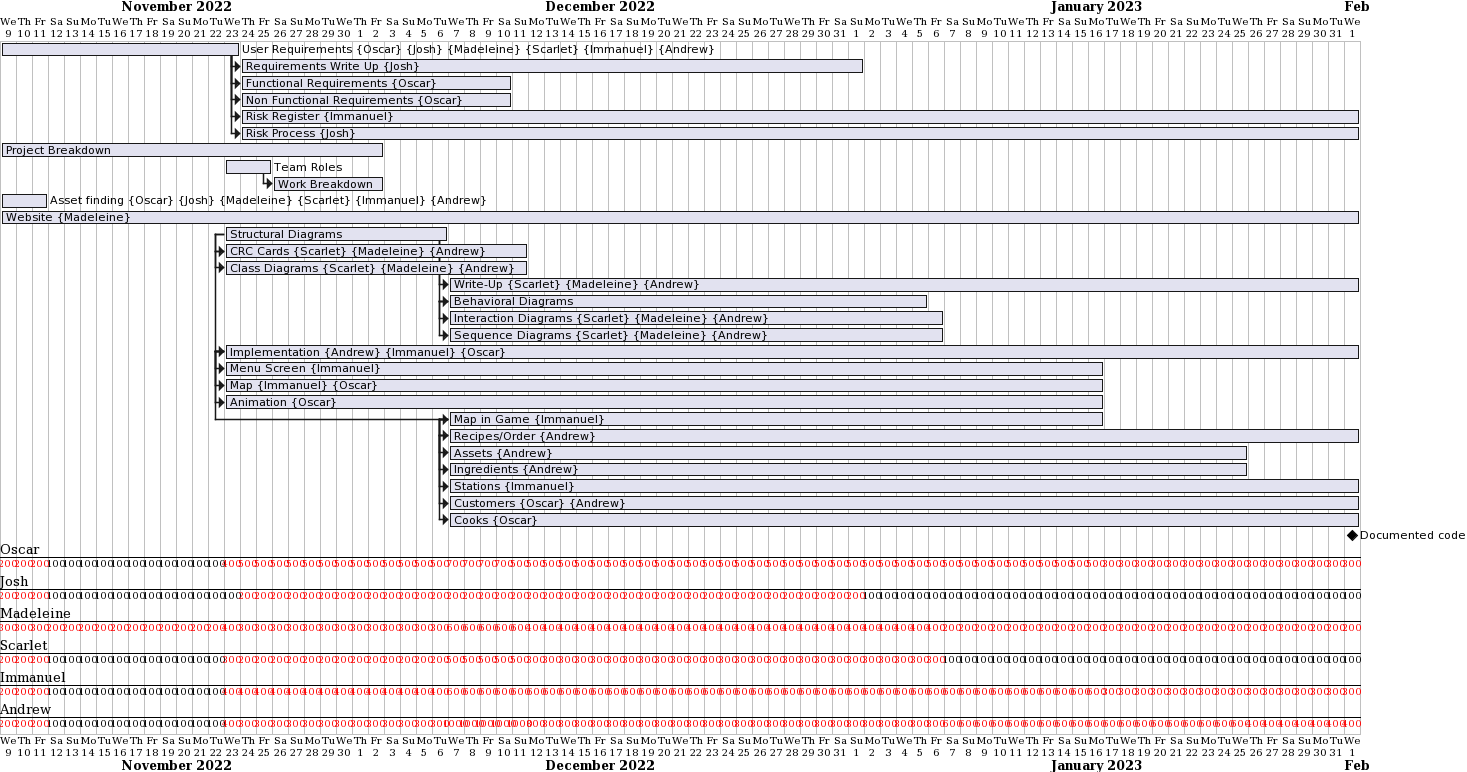
Above: img/plan4.png in TeamBEng1/TeamBPart2.github.io (PlantUML), before the change. The source it was exported from:
```plantuml
@startgantt
Project starts 2022-11-09

[User Requirements] on {Oscar} {Josh} {Madeleine} {Scarlet} {Immanuel} {Andrew} starts 2022-11-09 and ends 2022-11-23
[Requirements Write Up] on {Josh} starts at [User Requirements]'s end and ends 2023-01-01
[Functional Requirements] on {Oscar} starts at [User Requirements]'s end and ends 2022-12-10
[Non Functional Requirements] on {Oscar} starts at [User Requirements]'s end and ends 2022-12-10
[Risk Register] on {Immanuel} starts at [User Requirements]'s end and ends 2023-02-01
[Risk Process] on {Josh} starts at [User Requirements]'s end and ends 2023-02-01

[Project Breakdown] lasts 24 days

[Team Roles] starts 2022-11-23 and lasts 3 days

[Work Breakdown] starts at [Team Roles]'s end and lasts 7 days

[Asset finding] on {Oscar} {Josh} {Madeleine} {Scarlet} {Immanuel} {Andrew} lasts 14 days

[Website] on {Madeleine} starts 2022-11-09 and ends 2023-02-01


[Structural Diagrams] starts 2022-11-23 and lasts 14 days
[CRC Cards] on {Scarlet} {Madeleine} {Andrew}  starts at [Structural Diagrams]'s start and lasts 8 weeks
[Class Diagrams] on {Scarlet} {Madeleine} {Andrew} starts at [Structural Diagrams]'s start and lasts 8 weeks

[Write-Up] on {Scarlet} {Madeleine} {Andrew} starts at [Structural Diagrams]'s end and ends 2023-02-01
[Behavioral Diagrams] starts at [Structural Diagrams]'s end and lasts 30 days
[Interaction Diagrams] on {Scarlet} {Madeleine} {Andrew} starts at [Behavioral Diagrams]'s start and ends 2023-01-06
[Sequence Diagrams] on {Scarlet} {Madeleine} {Andrew} starts at [Behavioral Diagrams]'s start and ends 2023-01-06

[Implementation] on {Andrew} {Immanuel} {Oscar} starts at [CRC Cards]'s start and ends 2023-02-01
[Menu Screen] on {Immanuel} starts at [Implementation]'s start and ends 2023-01-16
[Map] on {Immanuel} {Oscar} starts at [Implementation]'s start and ends 2023-01-16
[Animation] on {Oscar} starts at [Implementation]'s start and ends 2023-01-16
[Map in Game] on {Immanuel} starts 2 weeks after [Implementation]'s start and ends 2023-01-16
[Recipes/Order] on {Andrew} starts at [Map in Game]'s start and ends 2023-02-01
[Assets] on {Andrew} starts at [Recipes/Order]'s start and ends 2023-01-25
[Ingredients] on {Andrew} starts at [Recipes/Order]'s start and ends 2023-01-25
[Stations] on {Immanuel} starts at [Map in Game]'s start and ends 2023-02-01
[Customers] on {Oscar} {Andrew} starts at [Map in Game]'s start and ends 2023-02-01
[Cooks] on {Oscar} starts at [Map in Game]'s start and ends 2023-02-01
[Documented code] happens at [Implementation]'s end
@endgantt
```
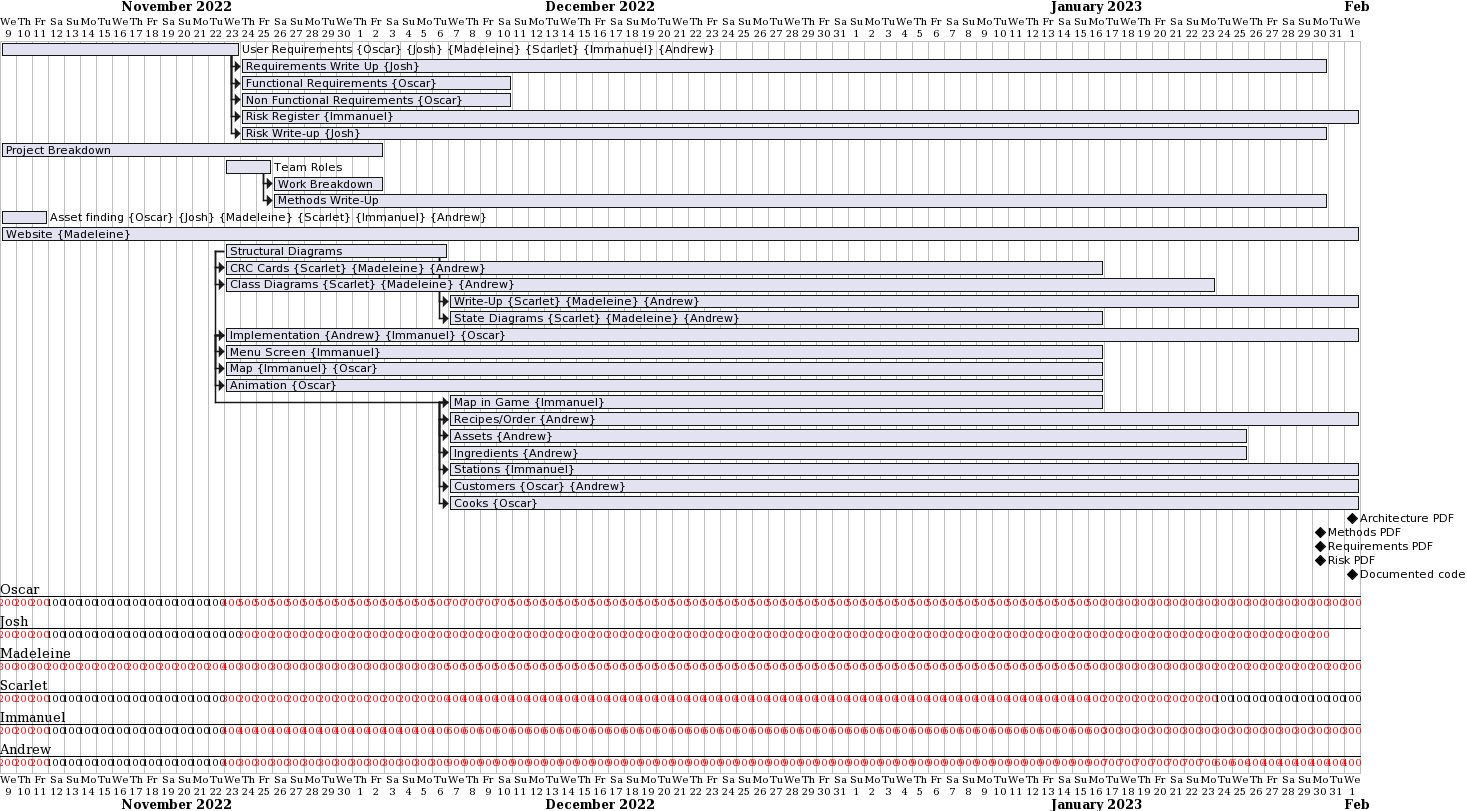
Later version of the same file.

Diff of the diagram source:
```diff
@@ -2,17 +2,18 @@
 Project starts 2022-11-09
 
 [User Requirements] on {Oscar} {Josh} {Madeleine} {Scarlet} {Immanuel} {Andrew} starts 2022-11-09 and ends 2022-11-23
-[Requirements Write Up] on {Josh} starts at [User Requirements]'s end and ends 2023-01-01
+[Requirements Write Up] on {Josh} starts at [User Requirements]'s end and ends 2023-01-30
 [Functional Requirements] on {Oscar} starts at [User Requirements]'s end and ends 2022-12-10
 [Non Functional Requirements] on {Oscar} starts at [User Requirements]'s end and ends 2022-12-10
 [Risk Register] on {Immanuel} starts at [User Requirements]'s end and ends 2023-02-01
-[Risk Process] on {Josh} starts at [User Requirements]'s end and ends 2023-02-01
+[Risk Write-up] on {Josh} starts at [User Requirements]'s end and ends 2023-01-30
 
 [Project Breakdown] lasts 24 days
 
 [Team Roles] starts 2022-11-23 and lasts 3 days
 
 [Work Breakdown] starts at [Team Roles]'s end and lasts 7 days
+[Methods Write-Up] starts at [Team Roles]'s end and ends 2023-01-30
 
 [Asset finding] on {Oscar} {Josh} {Madeleine} {Scarlet} {Immanuel} {Andrew} lasts 14 days
 
@@ -20,13 +21,11 @@
 
 
 [Structural Diagrams] starts 2022-11-23 and lasts 14 days
-[CRC Cards] on {Scarlet} {Madeleine} {Andrew}  starts at [Structural Diagrams]'s start and lasts 8 weeks
-[Class Diagrams] on {Scarlet} {Madeleine} {Andrew} starts at [Structural Diagrams]'s start and lasts 8 weeks
+[CRC Cards] on {Scarlet} {Madeleine} {Andrew}  starts at [Structural Diagrams]'s start and ends 2023-01-16
+[Class Diagrams] on {Scarlet} {Madeleine} {Andrew} starts at [Structural Diagrams]'s start and ends 2023-01-23
 
 [Write-Up] on {Scarlet} {Madeleine} {Andrew} starts at [Structural Diagrams]'s end and ends 2023-02-01
-[Behavioral Diagrams] starts at [Structural Diagrams]'s end and lasts 30 days
-[Interaction Diagrams] on {Scarlet} {Madeleine} {Andrew} starts at [Behavioral Diagrams]'s start and ends 2023-01-06
-[Sequence Diagrams] on {Scarlet} {Madeleine} {Andrew} starts at [Behavioral Diagrams]'s start and ends 2023-01-06
+[State Diagrams] on {Scarlet} {Madeleine} {Andrew} starts at [Structural Diagrams]'s end and ends 2023-01-16
 
 [Implementation] on {Andrew} {Immanuel} {Oscar} starts at [CRC Cards]'s start and ends 2023-02-01
 [Menu Screen] on {Immanuel} starts at [Implementation]'s start and ends 2023-01-16
@@ -39,5 +38,15 @@
 [Stations] on {Immanuel} starts at [Map in Game]'s start and ends 2023-02-01
 [Customers] on {Oscar} {Andrew} starts at [Map in Game]'s start and ends 2023-02-01
 [Cooks] on {Oscar} starts at [Map in Game]'s start and ends 2023-02-01
+
+
+[Architecture PDF] happens at [Write-Up]'s end
+
+[Methods PDF] happens at [Methods Write-Up]'s end
+
+[Requirements PDF] happens at [Requirements Write Up]'s end
+
+[Risk PDF] happens at [Risk Write-up]'s end
+
 [Documented code] happens at [Implementation]'s end
 @endgantt
```
